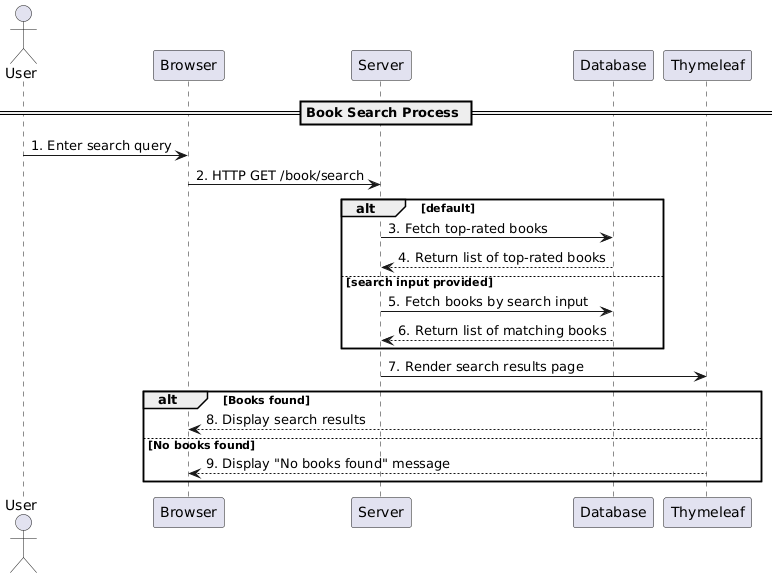
neilfranci/book-management-SPHM keeps this PlantUML diagram as assets/UML/Book-Search-UML.png. Above is the earlier version.
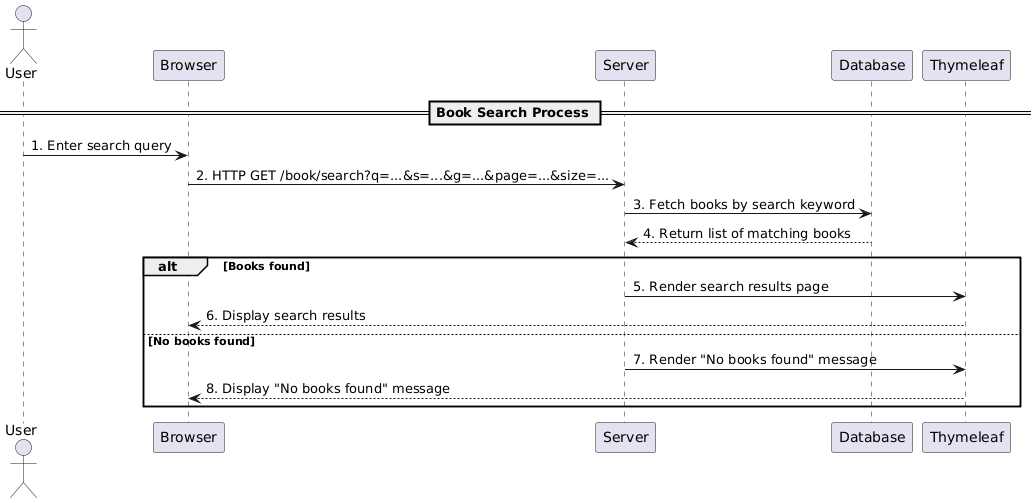
Above is the later version.

Change to the diagram source:
```diff
@@ -6,21 +6,18 @@
 participant Thymeleaf
 
 == Book Search Process ==
+
 User -> Browser: 1. Enter search query
-Browser -> Server: 2. HTTP GET /book/search
+Browser -> Server: 2. HTTP GET /book/search?q=...&s=...&g=...&page=...&size=...
 
-alt default
-    Server -> Database: 3. Fetch top-rated books
-    Database --> Server: 4. Return list of top-rated books
-else search input provided
-    Server -> Database: 5. Fetch books by search input
-    Database --> Server: 6. Return list of matching books
-end
+Server -> Database: 3. Fetch books by search keyword
+Database --> Server: 4. Return list of matching books
 
-Server -> Thymeleaf: 7. Render search results page
 alt Books found
-    Thymeleaf --> Browser: 8. Display search results
+    Server -> Thymeleaf: 5. Render search results page
+    Thymeleaf --> Browser: 6. Display search results
 else No books found
-    Thymeleaf --> Browser: 9. Display "No books found" message
+    Server -> Thymeleaf: 7. Render "No books found" message
+    Thymeleaf --> Browser: 8. Display "No books found" message
 end
 @enduml
```
